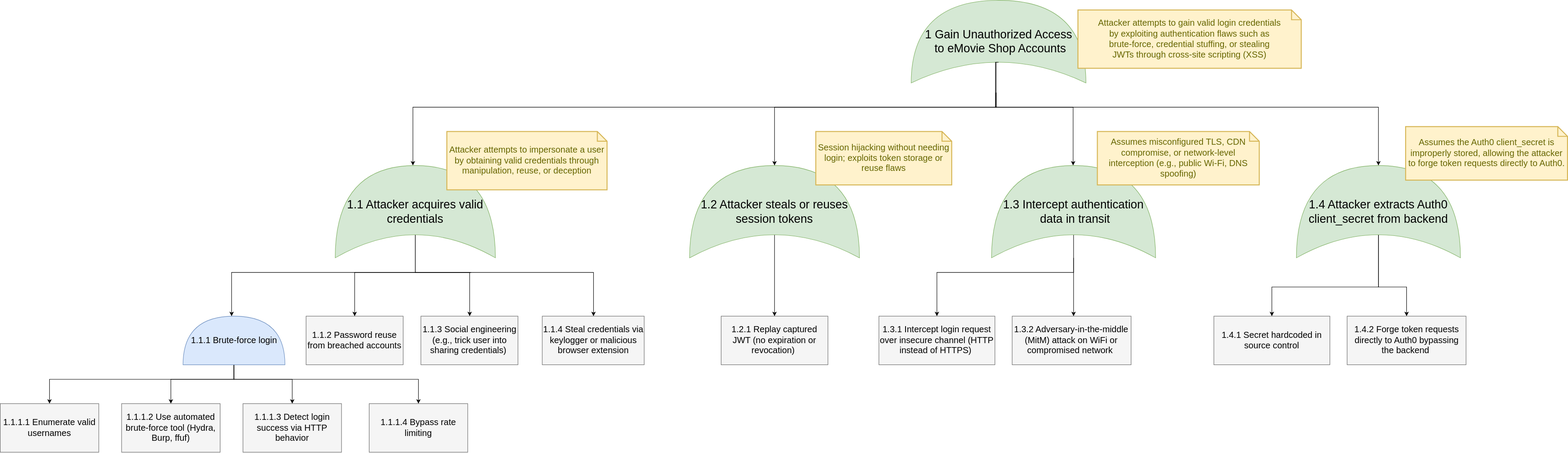
Above: Deliverables/Phase1/ThreatModel/resources/Attack Tree-1.svg in mei-desofs/desofs2026-wed_nap_1-1 (draw.io), before the change. Source tidied: cells renumbered, new cells last; positions are measured from the earlier drawing's top-left corner, leaving out a move shared by most shapes.
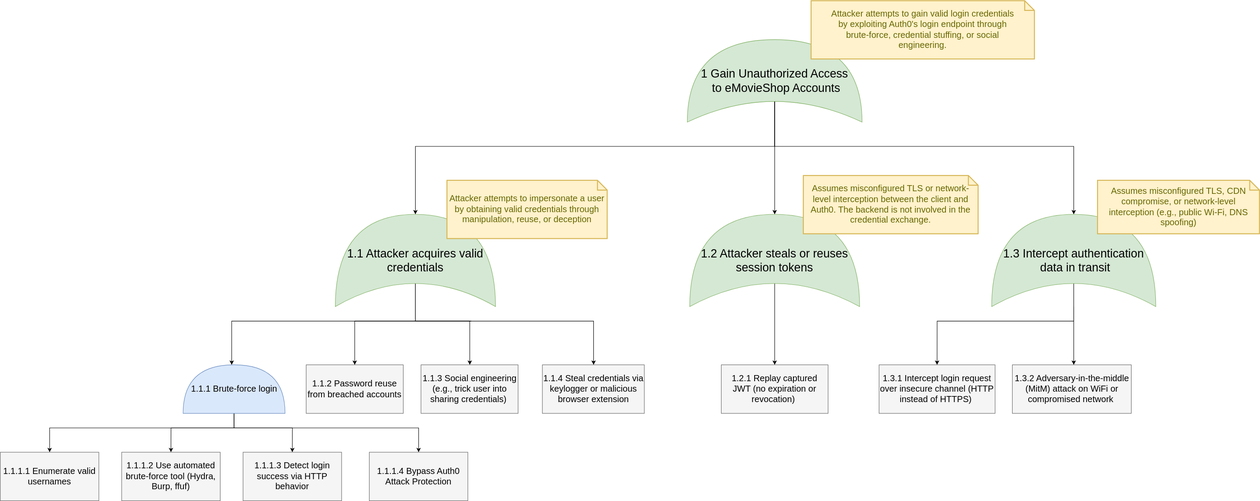
After the commit.

Commit message:
fix image UC1 - SD & Use/abuse Case, fix attack tree 1 & 5

Diff of the diagram source:
```diff
@@ -2,24 +2,6 @@
   <root>
     <mxCell id="0" />
     <mxCell id="1" parent="0" />
-    <mxCell id="2" style="edgeStyle=orthogonalEdgeStyle;rounded=0;jettySize=auto;html=1;" parent="1" edge="1" target="7">
-      <mxGeometry relative="1" as="geometry">
-        <mxPoint x="2051.6" y="190" as="sourcePoint" />
-        <Array as="points">
-          <mxPoint x="2052" y="220" />
-          <mxPoint x="850" y="220" />
-        </Array>
-      </mxGeometry>
-    </mxCell>
-    <mxCell id="3" style="edgeStyle=orthogonalEdgeStyle;rounded=0;jettySize=auto;html=1;" parent="1" edge="1" target="15">
-      <mxGeometry relative="1" as="geometry">
-        <mxPoint x="2051.6" y="190" as="sourcePoint" />
-        <Array as="points">
-          <mxPoint x="2052" y="220" />
-          <mxPoint x="2210" y="220" />
-        </Array>
-      </mxGeometry>
-    </mxCell>
     <mxCell id="4" style="edgeStyle=orthogonalEdgeStyle;rounded=0;jettySize=auto;html=1;exitX=0.25;exitY=0.5;exitDx=0;exitDy=0;exitPerimeter=0;" parent="1" edge="1" source="7">
       <mxGeometry relative="1" as="geometry">
         <mxPoint x="476.6" y="650" as="targetPoint" />
@@ -91,15 +73,6 @@
     <mxCell id="18" value="&lt;font style=&quot;font-size: 18px;&quot;&gt;1.3.2 Adversary-in-the-middle (MitM) attack on WiFi or compromised network&amp;nbsp;&lt;/font&gt;" style="rounded=0;whiteSpace=wrap;html=1;fillColor=#f5f5f5;strokeColor=#666666;" parent="1" vertex="1">
       <mxGeometry x="2084.5" y="650" width="245" height="100" as="geometry" />
     </mxCell>
-    <mxCell id="19" style="edgeStyle=orthogonalEdgeStyle;rounded=0;jettySize=auto;html=1;exitX=0.25;exitY=0.5;exitDx=0;exitDy=0;exitPerimeter=0;" parent="1" edge="1" target="12">
-      <mxGeometry relative="1" as="geometry">
-        <mxPoint x="2051.5" y="122.5" as="sourcePoint" />
-        <Array as="points">
-          <mxPoint x="2052" y="220" />
-          <mxPoint x="1595" y="220" />
-        </Array>
-      </mxGeometry>
-    </mxCell>
     <mxCell id="20" style="edgeStyle=orthogonalEdgeStyle;rounded=0;jettySize=auto;html=1;" parent="1" edge="1" target="8">
       <mxGeometry relative="1" as="geometry">
         <mxPoint x="970" y="560" as="sourcePoint" />
@@ -108,14 +81,30 @@
         </Array>
       </mxGeometry>
     </mxCell>
+    <mxCell id="42" style="edgeStyle=orthogonalEdgeStyle;rounded=0;jettySize=auto;html=1;exitX=0.25;exitY=0.5;exitDx=0;exitDy=0;exitPerimeter=0;" parent="1" edge="1" source="21" target="7">
+      <mxGeometry relative="1" as="geometry">
+        <Array as="points">
+          <mxPoint x="1595" y="200" />
+          <mxPoint x="855" y="200" />
+        </Array>
+      </mxGeometry>
+    </mxCell>
+    <mxCell id="43" style="edgeStyle=orthogonalEdgeStyle;rounded=0;jettySize=auto;html=1;exitX=0.25;exitY=0.5;exitDx=0;exitDy=0;exitPerimeter=0;" parent="1" edge="1" source="21" target="15">
+      <mxGeometry relative="1" as="geometry">
+        <Array as="points">
+          <mxPoint x="1595" y="200" />
+          <mxPoint x="2211" y="200" />
+        </Array>
+      </mxGeometry>
+    </mxCell>
-    <mxCell id="21" value="&lt;font style=&quot;font-size: 24px;&quot;&gt;1 Gain Unauthorized Access&lt;/font&gt;&lt;div&gt;&lt;font style=&quot;font-size: 24px;&quot;&gt;&amp;nbsp;to eMovie Shop Accounts&lt;/font&gt;&lt;/div&gt;" style="shape=xor;whiteSpace=wrap;html=1;fillColor=#d5e8d4;strokeColor=#82b366;direction=north;" parent="1" vertex="1">
-      <mxGeometry x="1876.5" width="360" height="170" as="geometry" />
+    <mxCell id="21" value="&lt;font style=&quot;font-size: 24px;&quot;&gt;1 Gain Unauthorized Access&lt;/font&gt;&lt;div&gt;&lt;font style=&quot;font-size: 24px;&quot;&gt;&amp;nbsp;to eMovieShop Accounts&lt;/font&gt;&lt;/div&gt;" style="shape=xor;whiteSpace=wrap;html=1;fillColor=#d5e8d4;strokeColor=#82b366;direction=north;" parent="1" vertex="1">
+      <mxGeometry x="1415" y="-20" width="360" height="170" as="geometry" />
     </mxCell>
     <mxCell id="22" value="&lt;font style=&quot;font-size: 18px;&quot;&gt;Attacker attempts to impersonate a user by obtaining valid credentials through manipulation, reuse, or deception&lt;/font&gt;" style="shape=note;strokeWidth=2;fontSize=14;size=20;whiteSpace=wrap;html=1;fillColor=#fff2cc;strokeColor=#d6b656;fontColor=#666600;" parent="1" vertex="1">
       <mxGeometry x="920" y="270" width="330" height="120" as="geometry" />
     </mxCell>
-    <mxCell id="23" value="&lt;font style=&quot;font-size: 18px;&quot;&gt;Session hijacking without needing login; exploits token storage or reuse flaws&lt;/font&gt;" style="shape=note;strokeWidth=2;fontSize=14;size=20;whiteSpace=wrap;html=1;fillColor=#fff2cc;strokeColor=#d6b656;fontColor=#666600;" parent="1" vertex="1">
-      <mxGeometry x="1680" y="270" width="280" height="110" as="geometry" />
+    <mxCell id="23" value="&lt;font style=&quot;font-size: 18px;&quot;&gt;Assumes misconfigured TLS or network-level interception between the client and Auth0. The backend is not involved in the credential exchange.&lt;/font&gt;" style="shape=note;strokeWidth=2;fontSize=14;size=20;whiteSpace=wrap;html=1;fillColor=#fff2cc;strokeColor=#d6b656;fontColor=#666600;" parent="1" vertex="1">
+      <mxGeometry x="1654" y="260" width="360" height="120" as="geometry" />
     </mxCell>
     <mxCell id="24" value="&lt;font style=&quot;font-size: 18px;&quot;&gt;Assumes misconfigured TLS, CDN compromise, or network-level interception (e.g., public Wi-Fi, DNS spoofing)&lt;/font&gt;" style="shape=note;strokeWidth=2;fontSize=14;size=20;whiteSpace=wrap;html=1;fillColor=#fff2cc;strokeColor=#d6b656;fontColor=#666600;" parent="1" vertex="1">
       <mxGeometry x="2260" y="270" width="333.5" height="110" as="geometry" />
@@ -164,38 +153,14 @@
     <mxCell id="32" value="&lt;font style=&quot;font-size: 18px;&quot;&gt;1.1.1.3 Detect login success via HTTP behavior&lt;/font&gt;" style="rounded=0;whiteSpace=wrap;html=1;fillColor=#f5f5f5;strokeColor=#666666;" parent="1" vertex="1">
       <mxGeometry x="500" y="830" width="203" height="100" as="geometry" />
     </mxCell>
-    <mxCell id="33" value="&lt;font style=&quot;font-size: 18px;&quot;&gt;1.1.1.4 Bypass rate limiting&lt;/font&gt;" style="rounded=0;whiteSpace=wrap;html=1;fillColor=#f5f5f5;strokeColor=#666666;" parent="1" vertex="1">
+    <mxCell id="33" value="&lt;font style=&quot;font-size: 18px;&quot;&gt;1.1.1.4 Bypass Auth0 Attack Protection&lt;/font&gt;" style="rounded=0;whiteSpace=wrap;html=1;fillColor=#f5f5f5;strokeColor=#666666;" parent="1" vertex="1">
       <mxGeometry x="760" y="830" width="203" height="100" as="geometry" />
     </mxCell>
-    <mxCell id="34" value="&lt;blockquote&gt;&lt;p class=&quot;&quot;&gt;&lt;font style=&quot;font-size: 18px;&quot;&gt;Attacker attempts to gain valid login credentials by exploiting authentication flaws such as brute-force, credential stuffing, or stealing JWTs through cross-site scripting (XSS)&lt;/font&gt;&lt;/p&gt;&lt;/blockquote&gt;" style="shape=note;strokeWidth=2;fontSize=14;size=20;whiteSpace=wrap;html=1;fillColor=#fff2cc;strokeColor=#d6b656;fontColor=#666600;" parent="1" vertex="1">
-      <mxGeometry x="2220" y="20" width="460" height="120" as="geometry" />
+    <mxCell id="34" value="&lt;blockquote&gt;&lt;p class=&quot;&quot;&gt;&lt;font style=&quot;font-size: 18px;&quot;&gt;Attacker attempts to gain valid login credentials by exploiting Auth0's login endpoint through brute-force, credential stuffing, or social engineering.&lt;/font&gt;&lt;/p&gt;&lt;/blockquote&gt;" style="shape=note;strokeWidth=2;fontSize=14;size=20;whiteSpace=wrap;html=1;fillColor=#fff2cc;strokeColor=#d6b656;fontColor=#666600;" parent="1" vertex="1">
+      <mxGeometry x="1670" y="-100" width="460" height="120" as="geometry" />
     </mxCell>
-    <mxCell id="35" style="edgeStyle=orthogonalEdgeStyle;rounded=0;jettySize=auto;html=1;exitX=0.25;exitY=0.5;exitDx=0;exitDy=0;exitPerimeter=0;" parent="1" edge="1" source="37" target="39">
-      <mxGeometry relative="1" as="geometry" />
-    </mxCell>
-    <mxCell id="36" style="edgeStyle=orthogonalEdgeStyle;rounded=0;jettySize=auto;html=1;exitX=0.25;exitY=0.5;exitDx=0;exitDy=0;exitPerimeter=0;" parent="1" edge="1" source="37" target="40">
-      <mxGeometry relative="1" as="geometry" />
-    </mxCell>
-    <mxCell id="37" value="&lt;font style=&quot;font-size: 24px;&quot;&gt;1.4 Attacker extracts Auth0 client_secret from backend&lt;br&gt;&lt;/font&gt;" style="shape=xor;whiteSpace=wrap;html=1;fillColor=#d5e8d4;strokeColor=#82b366;direction=north;" parent="1" vertex="1">
-      <mxGeometry x="2670" y="340" width="338" height="190" as="geometry" />
-    </mxCell>
-    <mxCell id="38" style="edgeStyle=orthogonalEdgeStyle;rounded=0;jettySize=auto;html=1;exitX=0.25;exitY=0.5;exitDx=0;exitDy=0;exitPerimeter=0;entryX=1;entryY=0.5;entryDx=0;entryDy=0;entryPerimeter=0;" parent="1" edge="1" source="21" target="37">
-      <mxGeometry relative="1" as="geometry">
-        <Array as="points">
-          <mxPoint x="2050" y="128" />
-          <mxPoint x="2050" y="220" />
-          <mxPoint x="2839" y="220" />
-        </Array>
-      </mxGeometry>
-    </mxCell>
-    <mxCell id="39" value="&lt;font style=&quot;font-size: 18px;&quot;&gt;1.4.1 Secret hardcoded in source control&lt;/font&gt;" style="rounded=0;whiteSpace=wrap;html=1;fillColor=#f5f5f5;strokeColor=#666666;" parent="1" vertex="1">
-      <mxGeometry x="2500" y="650" width="239" height="100" as="geometry" />
-    </mxCell>
-    <mxCell id="40" value="&lt;font style=&quot;font-size: 18px;&quot;&gt;1.4.2 Forge token requests directly to Auth0 bypassing the backend&amp;nbsp;&lt;/font&gt;" style="rounded=0;whiteSpace=wrap;html=1;fillColor=#f5f5f5;strokeColor=#666666;" parent="1" vertex="1">
-      <mxGeometry x="2774.5" y="650" width="245" height="100" as="geometry" />
-    </mxCell>
-    <mxCell id="41" value="&lt;font style=&quot;font-size: 18px;&quot;&gt;Assumes the Auth0 client_secret is improperly stored, allowing the attacker to forge token requests directly to Auth0.&lt;/font&gt;" style="shape=note;strokeWidth=2;fontSize=14;size=20;whiteSpace=wrap;html=1;fillColor=#fff2cc;strokeColor=#d6b656;fontColor=#666600;" parent="1" vertex="1">
-      <mxGeometry x="2895" y="260" width="333.5" height="110" as="geometry" />
-    </mxCell>
+    <mxCell id="44" style="edgeStyle=orthogonalEdgeStyle;rounded=0;jettySize=auto;html=1;exitX=0.25;exitY=0.5;exitDx=0;exitDy=0;exitPerimeter=0;entryX=1;entryY=0.5;entryDx=0;entryDy=0;entryPerimeter=0;" parent="1" edge="1" source="21" target="12">
+      <mxGeometry relative="1" as="geometry" />
+    </mxCell>
   </root>
 </mxGraphModel>
```
